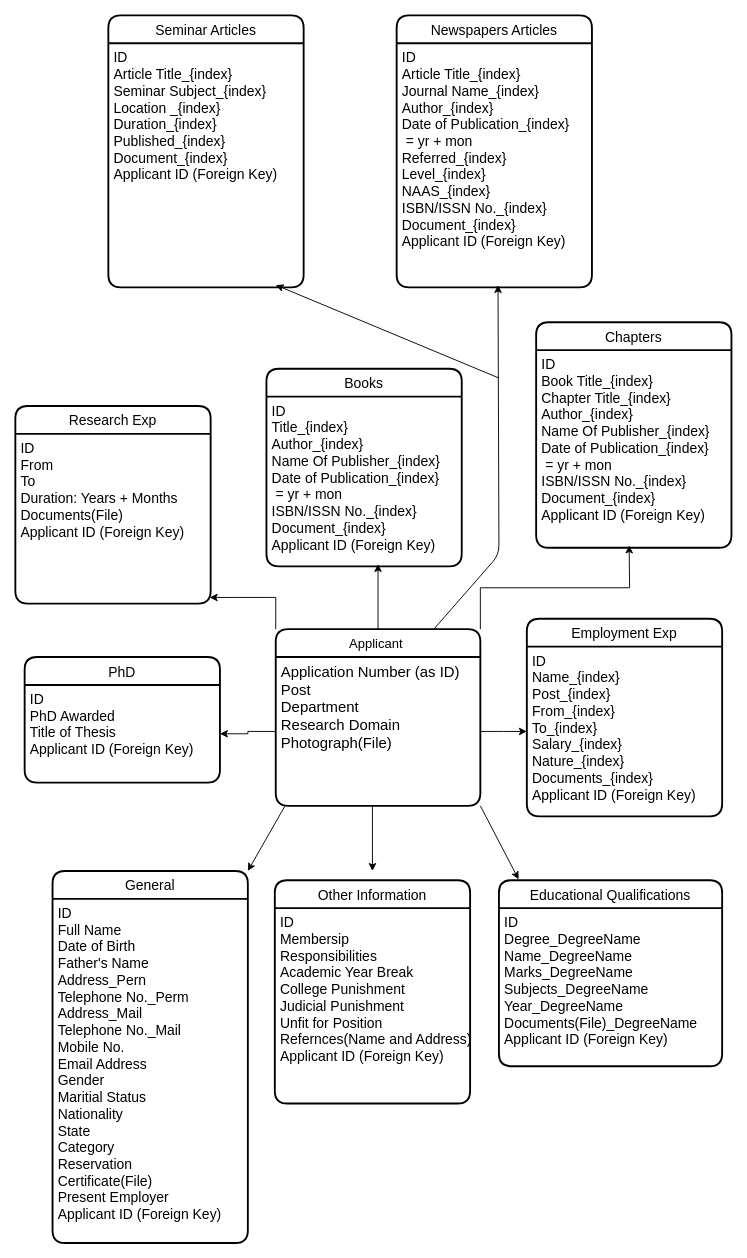
This is Downloads/Untitled Diagram.drawio from ShreyaTarwey/vidly-project-with-mongodb-and-express, a draw.io file, before an edit. Source tidied: cells renumbered, new cells numbered last; positions are measured from the earlier drawing's top-left corner, leaving out a move shared by most shapes. Both pictures are drawn from the tidied source at 93%, with x=0, y=0 at pixel (15, 15).
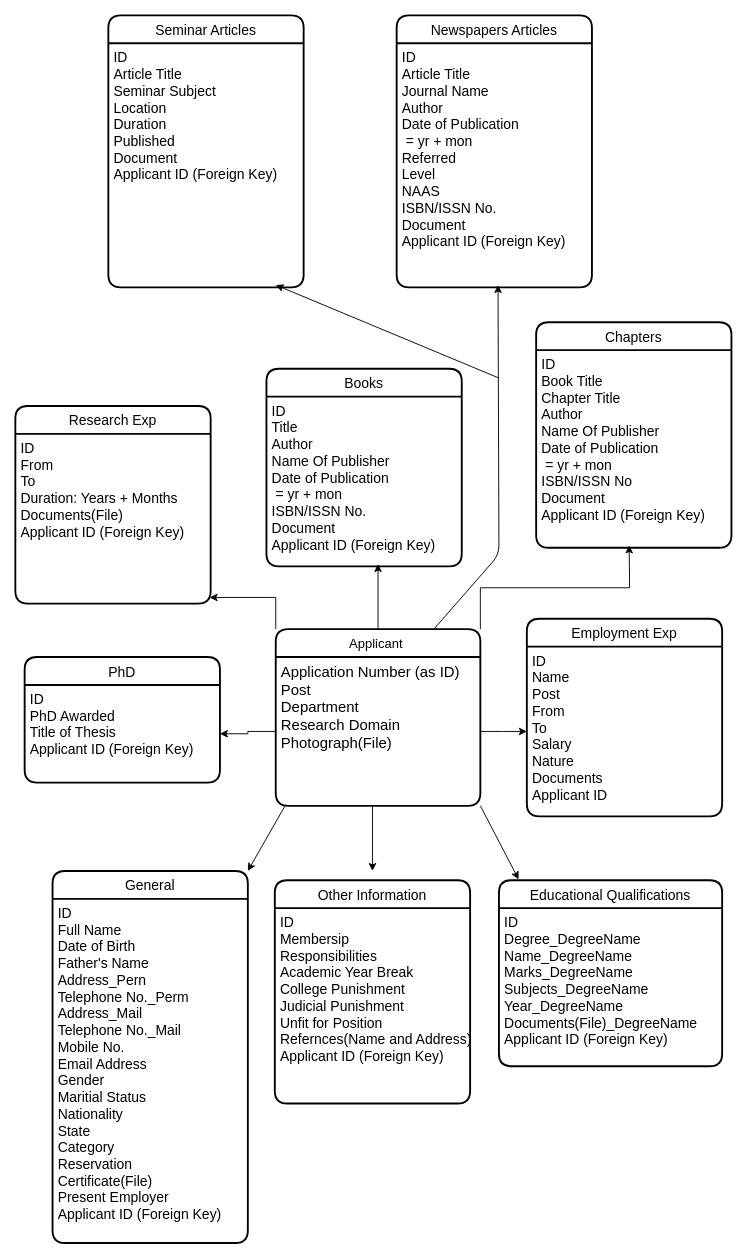
The same diagram, later.

The change refers to these unchanged cells:
```xml
<mxCell id="17" value="Employment Exp" style="swimlane;horizontal=1;startSize=30;rounded=1;fontSize=15;fontStyle=0;strokeWidth=2;shadow=0;dashed=0;align=center;fontFamily=Helvetica;gradientColor=#ffffff;" parent="1" vertex="1">
  <mxGeometry x="550" y="648.8" width="210" height="212.5" as="geometry" />
</mxCell>
<mxCell id="25" value="Books" style="swimlane;horizontal=1;startSize=30;rounded=1;fontSize=15;fontStyle=0;strokeWidth=2;shadow=0;dashed=0;align=center;fontFamily=Helvetica;gradientColor=#ffffff;" parent="1" vertex="1">
  <mxGeometry x="270" y="380" width="210" height="212.5" as="geometry" />
</mxCell>
<mxCell id="27" value="Chapters" style="swimlane;horizontal=1;startSize=30;rounded=1;fontSize=15;fontStyle=0;strokeWidth=2;shadow=0;dashed=0;align=center;fontFamily=Helvetica;gradientColor=#ffffff;" parent="1" vertex="1">
  <mxGeometry x="560" y="330" width="210" height="242.5" as="geometry" />
</mxCell>
<mxCell id="29" value="Newspapers Articles" style="swimlane;horizontal=1;startSize=30;rounded=1;fontSize=15;fontStyle=0;strokeWidth=2;shadow=0;dashed=0;align=center;fontFamily=Helvetica;gradientColor=#ffffff;" parent="1" vertex="1">
  <mxGeometry x="410" width="210" height="292.5" as="geometry" />
</mxCell>
<mxCell id="32" value="Seminar Articles" style="swimlane;horizontal=1;startSize=30;rounded=1;fontSize=15;fontStyle=0;strokeWidth=2;shadow=0;dashed=0;align=center;fontFamily=Helvetica;gradientColor=#ffffff;" parent="1" vertex="1">
  <mxGeometry x="100" width="210" height="292.5" as="geometry" />
</mxCell>
```

Change to the diagram source:
```diff
@@
-    <mxCell id="18" value="ID&#10;Name_{index}&#10;Post_{index}&#10;From_{index}&#10;To_{index}&#10;Salary_{index}&#10;Nature_{index}&#10;Documents_{index}&#10;Applicant ID (Foreign Key)" style="align=left;strokeColor=none;fillColor=none;spacingLeft=4;fontSize=15;verticalAlign=top;" parent="17" vertex="1">
+    <mxCell id="18" value="ID&#10;Name&#10;Post&#10;From&#10;To&#10;Salary&#10;Nature&#10;Documents&#10;Applicant ID" style="align=left;strokeColor=none;fillColor=none;spacingLeft=4;fontSize=15;verticalAlign=top;" parent="17" vertex="1">
       <mxGeometry y="30" width="210" height="182.5" as="geometry" />
     </mxCell>
@@
-    <mxCell id="26" value="ID&#10;Title_{index}&#10;Author_{index}&#10;Name Of Publisher_{index}&#10;Date of Publication_{index}&#10; = yr + mon&#10;ISBN/ISSN No._{index}&#10;Document_{index}&#10;Applicant ID (Foreign Key)" style="align=left;strokeColor=none;fillColor=none;spacingLeft=4;fontSize=15;verticalAlign=top;" parent="25" vertex="1">
+    <mxCell id="26" value="ID&#10;Title&#10;Author&#10;Name Of Publisher&#10;Date of Publication&#10; = yr + mon&#10;ISBN/ISSN No.&#10;Document&#10;Applicant ID (Foreign Key)" style="align=left;strokeColor=none;fillColor=none;spacingLeft=4;fontSize=15;verticalAlign=top;" parent="25" vertex="1">
       <mxGeometry y="30" width="210" height="182.5" as="geometry" />
     </mxCell>
@@
-    <mxCell id="28" value="ID&#10;Book Title_{index}&#10;Chapter Title_{index}&#10;Author_{index}&#10;Name Of Publisher_{index}&#10;Date of Publication_{index}&#10; = yr + mon&#10;ISBN/ISSN No._{index}&#10;Document_{index}&#10;Applicant ID (Foreign Key)" style="align=left;strokeColor=none;fillColor=none;spacingLeft=4;fontSize=15;verticalAlign=top;" parent="27" vertex="1">
+    <mxCell id="28" value="ID&#10;Book Title&#10;Chapter Title&#10;Author&#10;Name Of Publisher&#10;Date of Publication&#10; = yr + mon&#10;ISBN/ISSN No&#10;Document&#10;Applicant ID (Foreign Key)" style="align=left;strokeColor=none;fillColor=none;spacingLeft=4;fontSize=15;verticalAlign=top;" parent="27" vertex="1">
       <mxGeometry y="30" width="210" height="212.5" as="geometry" />
     </mxCell>
@@
-    <mxCell id="30" value="ID&#10;Article Title_{index}&#10;Journal Name_{index}&#10;Author_{index}&#10;Date of Publication_{index}&#10; = yr + mon&#10;Referred_{index}&#10;Level_{index}&#10;NAAS_{index}&#10;ISBN/ISSN No._{index}&#10;Document_{index}&#10;Applicant ID (Foreign Key)" style="align=left;strokeColor=none;fillColor=none;spacingLeft=4;fontSize=15;verticalAlign=top;" parent="29" vertex="1">
+    <mxCell id="30" value="ID&#10;Article Title&#10;Journal Name&#10;Author&#10;Date of Publication&#10; = yr + mon&#10;Referred&#10;Level&#10;NAAS&#10;ISBN/ISSN No.&#10;Document&#10;Applicant ID (Foreign Key)" style="align=left;strokeColor=none;fillColor=none;spacingLeft=4;fontSize=15;verticalAlign=top;" parent="29" vertex="1">
       <mxGeometry y="30" width="210" height="262.5" as="geometry" />
     </mxCell>
@@
-    <mxCell id="33" value="ID&#10;Article Title_{index}&#10;Seminar Subject_{index}&#10;Location _{index}&#10;Duration_{index}&#10;Published_{index}&#10;Document_{index}&#10;Applicant ID (Foreign Key)" style="align=left;strokeColor=none;fillColor=none;spacingLeft=4;fontSize=15;verticalAlign=top;" parent="32" vertex="1">
+    <mxCell id="33" value="ID&#10;Article Title&#10;Seminar Subject&#10;Location&#10;Duration&#10;Published&#10;Document&#10;Applicant ID (Foreign Key)" style="align=left;strokeColor=none;fillColor=none;spacingLeft=4;fontSize=15;verticalAlign=top;" parent="32" vertex="1">
       <mxGeometry y="30" width="210" height="262.5" as="geometry" />
     </mxCell>
```
